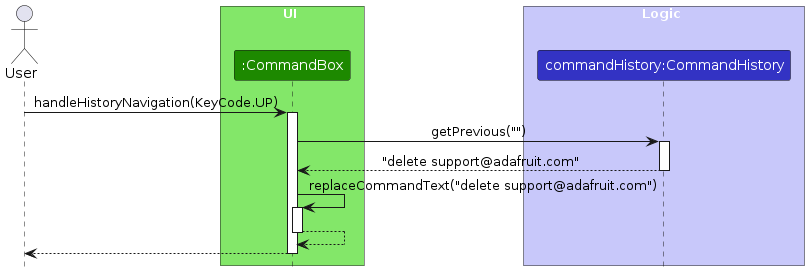
Before: diagrams/command-history/SequenceDiagram.png, a diagram exported from PlantUML (jolenechong/tp). Its source is kept beside it as diagrams/command-history/SequenceDiagram.puml.
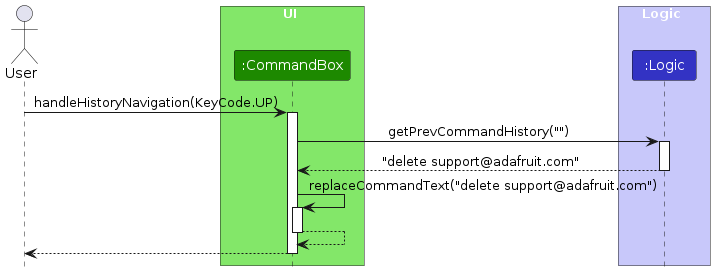
The same diagram one commit later.

The edit, as a diff of the source:
```diff
@@ -9,13 +9,13 @@
 end box
 
 box Logic LOGIC_COLOR_T1
-participant "commandHistory:CommandHistory" as CH LOGIC_COLOR
+participant ":Logic" as CH LOGIC_COLOR
 end box
 
 User -> CB : handleHistoryNavigation(KeyCode.UP)
 activate CB
 
-CB -> CH : getPrevious("")
+CB -> CH : getPrevCommandHistory("")
 activate CH
 
 CH --> CB : "delete support@adafruit.com"
```
